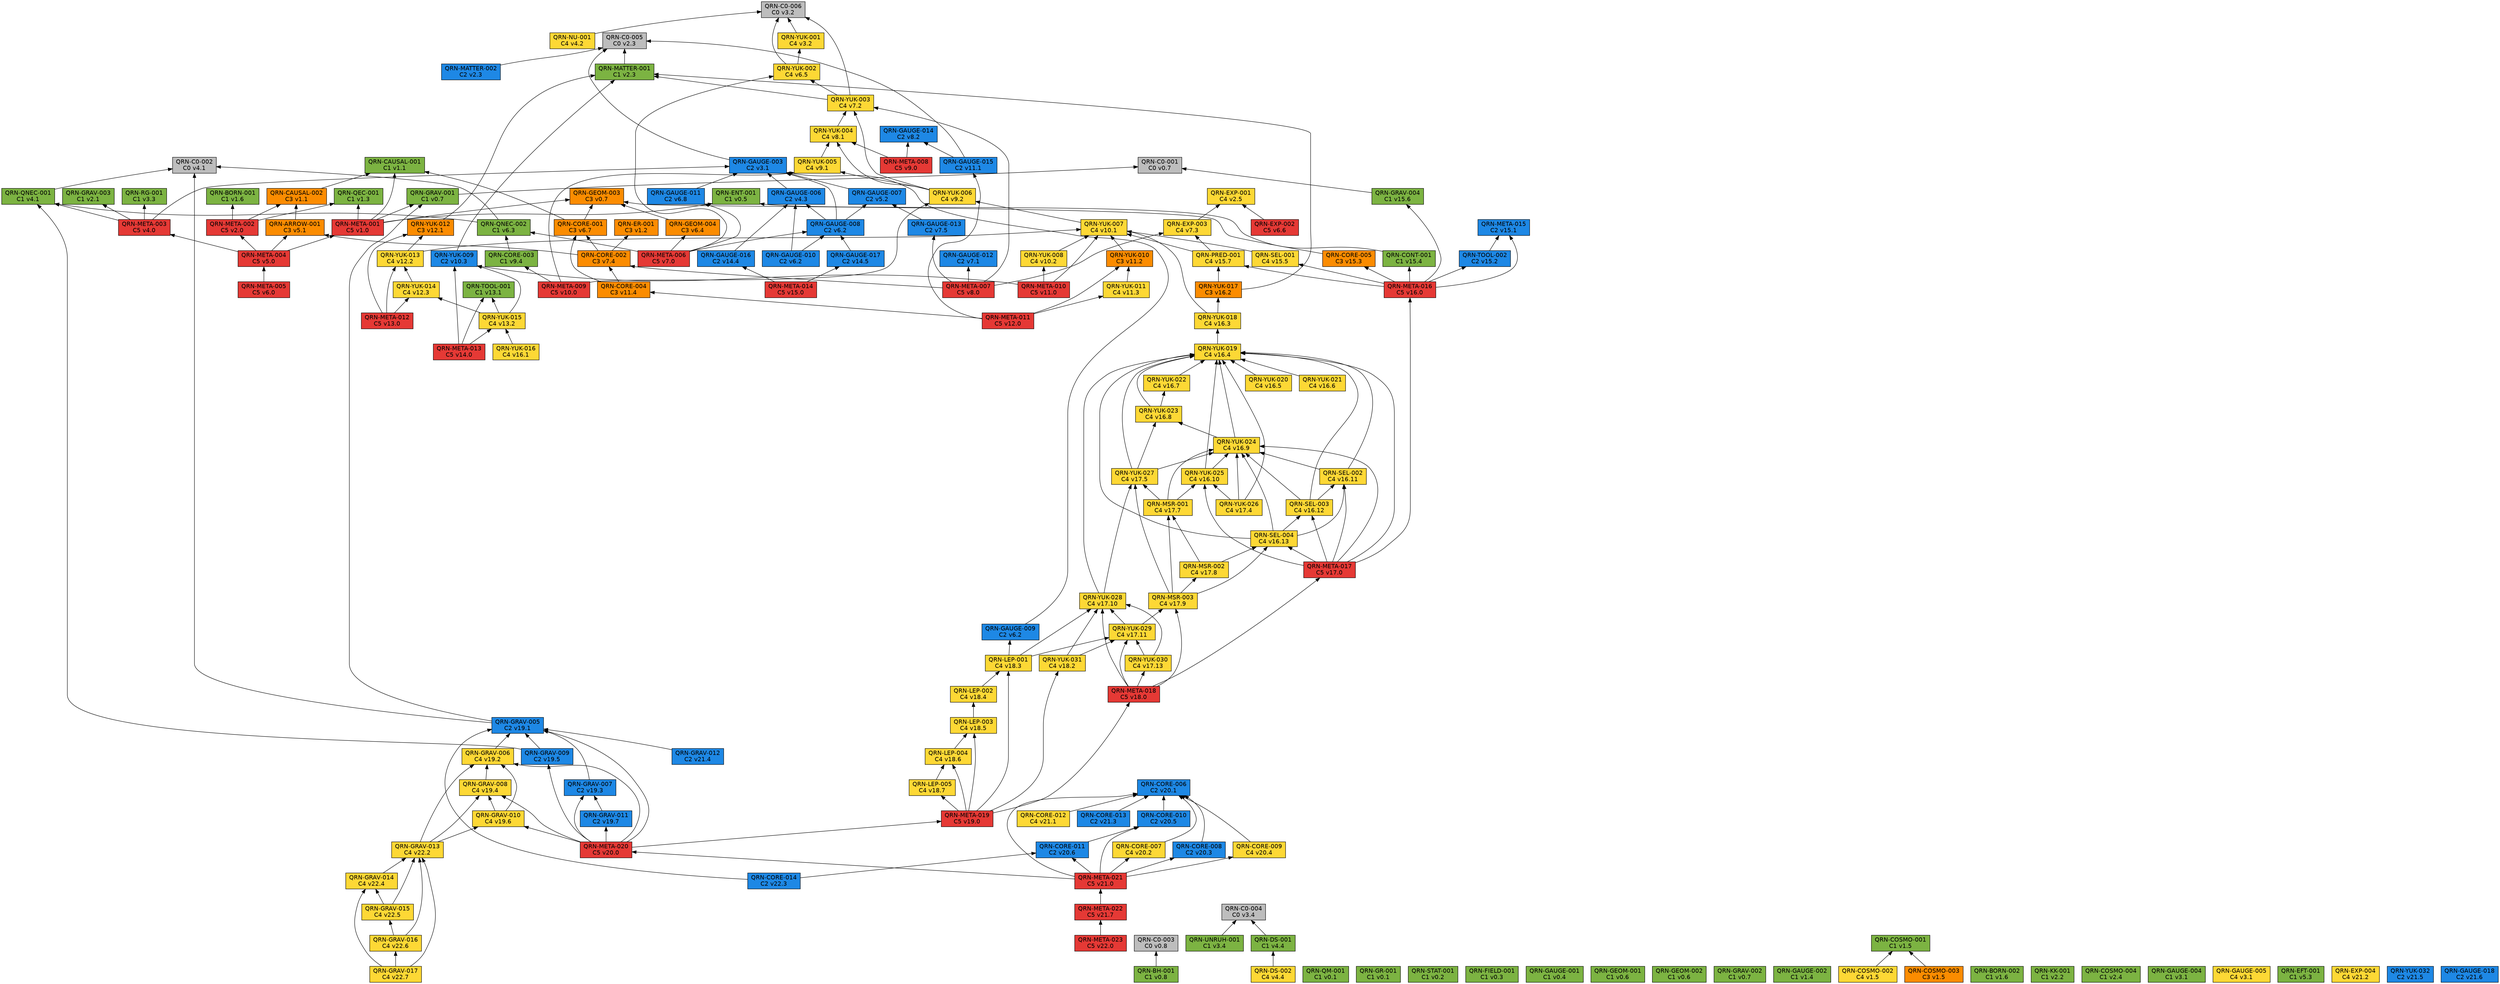
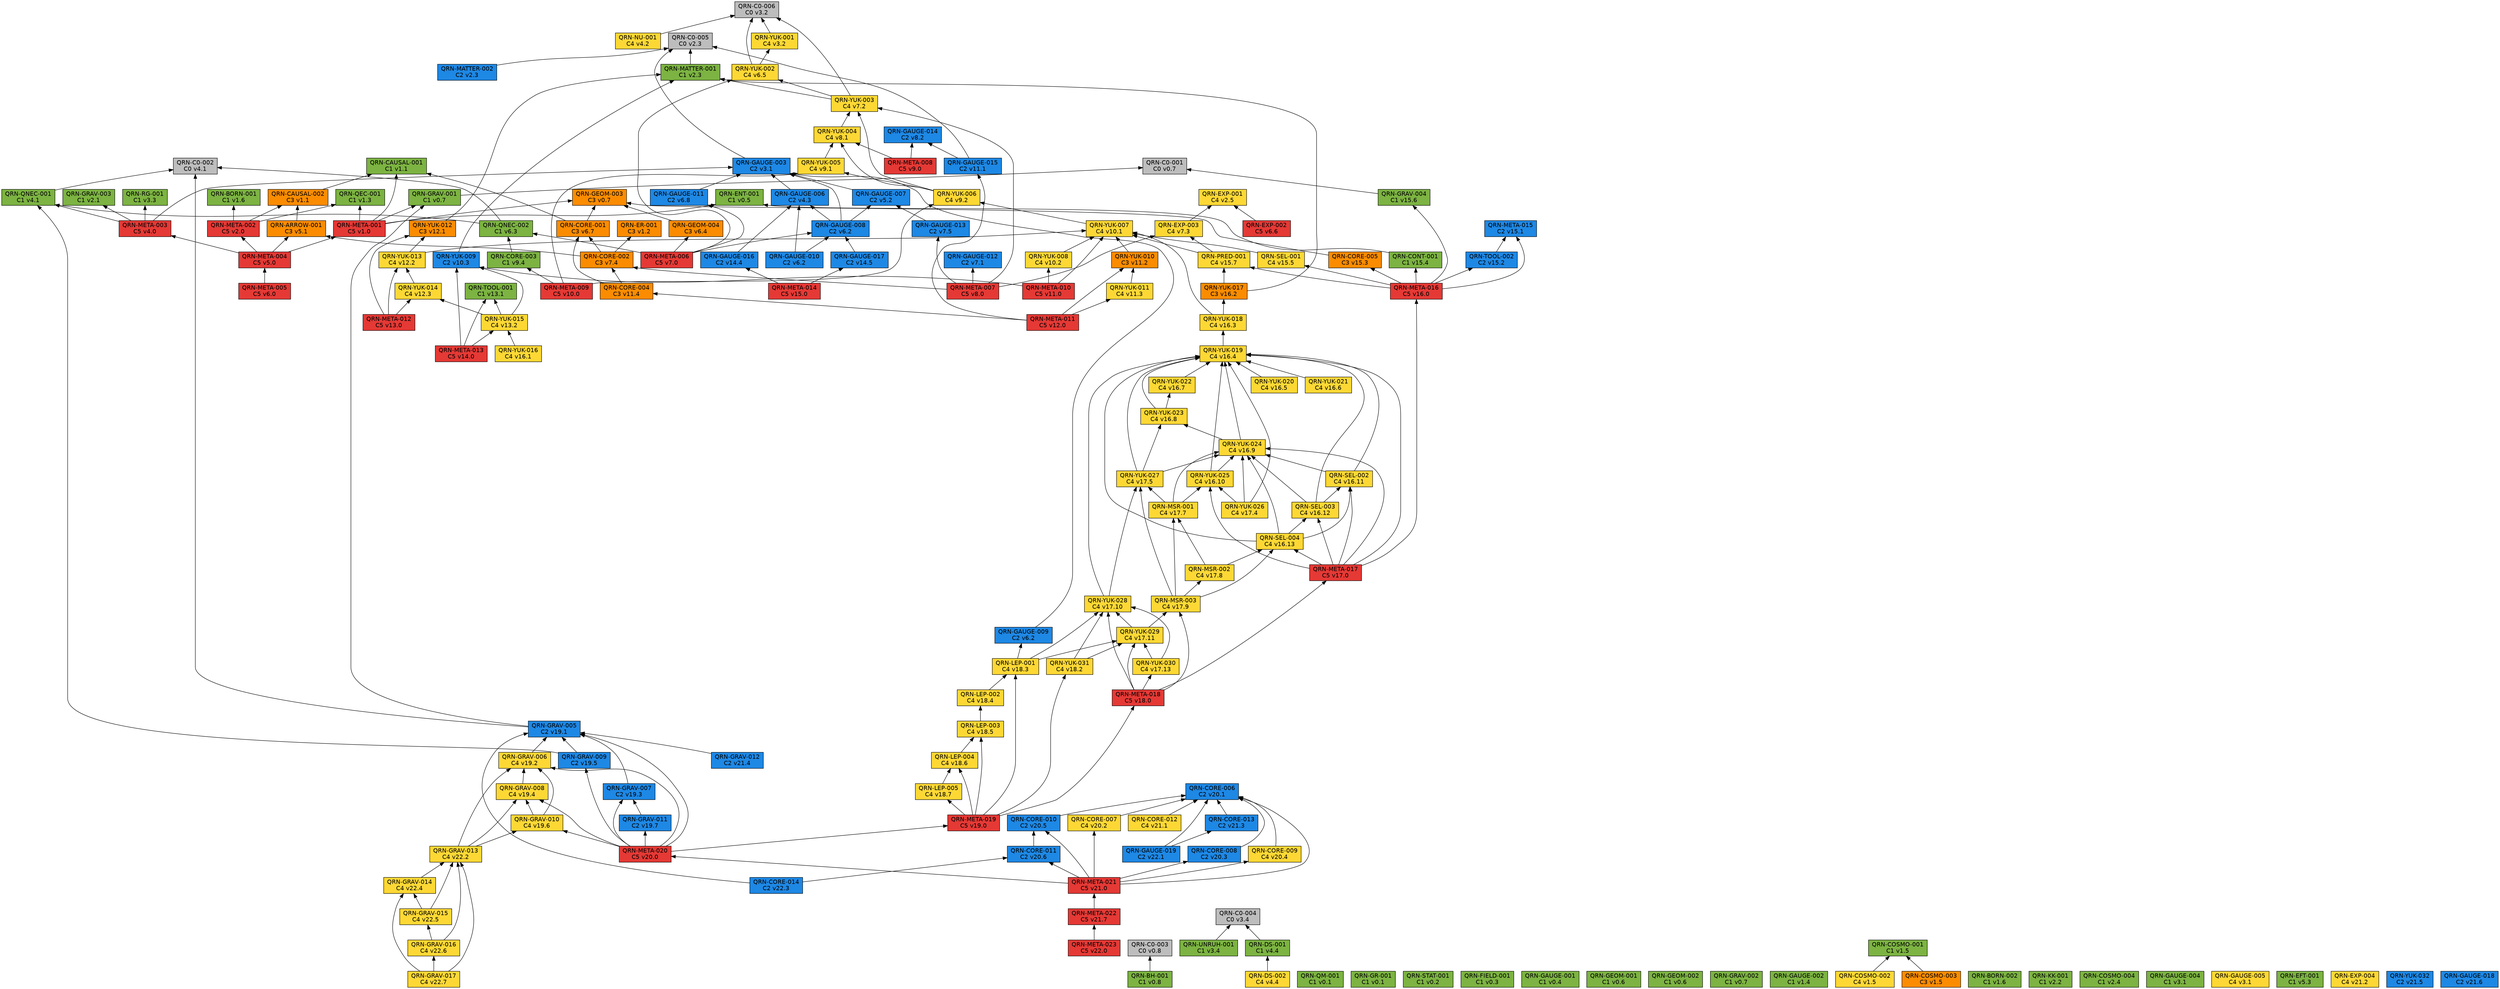
// 自動生成 (dag/report.pl) — QRN 主張依存グラフ
digraph qrn {
  rankdir=BT;
  node [shape=box, style=filled, fontname="Helvetica"];
  "QRN-C0-001" [fillcolor="#bdbdbd", label="QRN-C0-001\nC0 v0.7"];
  "QRN-C0-002" [fillcolor="#bdbdbd", label="QRN-C0-002\nC0 v4.1"];
  "QRN-C0-003" [fillcolor="#bdbdbd", label="QRN-C0-003\nC0 v0.8"];
  "QRN-C0-004" [fillcolor="#bdbdbd", label="QRN-C0-004\nC0 v3.4"];
  "QRN-C0-005" [fillcolor="#bdbdbd", label="QRN-C0-005\nC0 v2.3"];
  "QRN-C0-006" [fillcolor="#bdbdbd", label="QRN-C0-006\nC0 v3.2"];
  "QRN-QM-001" [fillcolor="#7cb342", label="QRN-QM-001\nC1 v0.1"];
  "QRN-GR-001" [fillcolor="#7cb342", label="QRN-GR-001\nC1 v0.1"];
  "QRN-STAT-001" [fillcolor="#7cb342", label="QRN-STAT-001\nC1 v0.2"];
  "QRN-FIELD-001" [fillcolor="#7cb342", label="QRN-FIELD-001\nC1 v0.3"];
  "QRN-GAUGE-001" [fillcolor="#7cb342", label="QRN-GAUGE-001\nC1 v0.4"];
  "QRN-ENT-001" [fillcolor="#7cb342", label="QRN-ENT-001\nC1 v0.5"];
  "QRN-GEOM-001" [fillcolor="#7cb342", label="QRN-GEOM-001\nC1 v0.6"];
  "QRN-GEOM-002" [fillcolor="#7cb342", label="QRN-GEOM-002\nC1 v0.6"];
  "QRN-GEOM-003" [fillcolor="#fb8c00", label="QRN-GEOM-003\nC3 v0.7"];
  "QRN-GRAV-001" [fillcolor="#7cb342", label="QRN-GRAV-001\nC1 v0.7"];
  "QRN-GRAV-002" [fillcolor="#7cb342", label="QRN-GRAV-002\nC1 v0.7"];
  "QRN-BH-001" [fillcolor="#7cb342", label="QRN-BH-001\nC1 v0.8"];
  "QRN-CAUSAL-001" [fillcolor="#7cb342", label="QRN-CAUSAL-001\nC1 v1.1"];
  "QRN-CAUSAL-002" [fillcolor="#fb8c00", label="QRN-CAUSAL-002\nC3 v1.1"];
  "QRN-ER-001" [fillcolor="#fb8c00", label="QRN-ER-001\nC3 v1.2"];
  "QRN-QEC-001" [fillcolor="#7cb342", label="QRN-QEC-001\nC1 v1.3"];
  "QRN-GAUGE-002" [fillcolor="#7cb342", label="QRN-GAUGE-002\nC1 v1.4"];
  "QRN-COSMO-001" [fillcolor="#7cb342", label="QRN-COSMO-001\nC1 v1.5"];
  "QRN-COSMO-002" [fillcolor="#fdd835", label="QRN-COSMO-002\nC4 v1.5"];
  "QRN-COSMO-003" [fillcolor="#fb8c00", label="QRN-COSMO-003\nC3 v1.5"];
  "QRN-BORN-001" [fillcolor="#7cb342", label="QRN-BORN-001\nC1 v1.6"];
  "QRN-BORN-002" [fillcolor="#7cb342", label="QRN-BORN-002\nC1 v1.6"];
  "QRN-GRAV-003" [fillcolor="#7cb342", label="QRN-GRAV-003\nC1 v2.1"];
  "QRN-KK-001" [fillcolor="#7cb342", label="QRN-KK-001\nC1 v2.2"];
  "QRN-MATTER-001" [fillcolor="#7cb342", label="QRN-MATTER-001\nC1 v2.3"];
  "QRN-MATTER-002" [fillcolor="#1e88e5", label="QRN-MATTER-002\nC2 v2.3"];
  "QRN-COSMO-004" [fillcolor="#7cb342", label="QRN-COSMO-004\nC1 v2.4"];
  "QRN-EXP-001" [fillcolor="#fdd835", label="QRN-EXP-001\nC4 v2.5"];
  "QRN-GAUGE-003" [fillcolor="#1e88e5", label="QRN-GAUGE-003\nC2 v3.1"];
  "QRN-GAUGE-004" [fillcolor="#7cb342", label="QRN-GAUGE-004\nC1 v3.1"];
  "QRN-GAUGE-005" [fillcolor="#fdd835", label="QRN-GAUGE-005\nC4 v3.1"];
  "QRN-YUK-001" [fillcolor="#fdd835", label="QRN-YUK-001\nC4 v3.2"];
  "QRN-RG-001" [fillcolor="#7cb342", label="QRN-RG-001\nC1 v3.3"];
  "QRN-UNRUH-001" [fillcolor="#7cb342", label="QRN-UNRUH-001\nC1 v3.4"];
  "QRN-QNEC-001" [fillcolor="#7cb342", label="QRN-QNEC-001\nC1 v4.1"];
  "QRN-NU-001" [fillcolor="#fdd835", label="QRN-NU-001\nC4 v4.2"];
  "QRN-GAUGE-006" [fillcolor="#1e88e5", label="QRN-GAUGE-006\nC2 v4.3"];
  "QRN-DS-001" [fillcolor="#7cb342", label="QRN-DS-001\nC1 v4.4"];
  "QRN-DS-002" [fillcolor="#fdd835", label="QRN-DS-002\nC4 v4.4"];
  "QRN-ARROW-001" [fillcolor="#fb8c00", label="QRN-ARROW-001\nC3 v5.1"];
  "QRN-GAUGE-007" [fillcolor="#1e88e5", label="QRN-GAUGE-007\nC2 v5.2"];
  "QRN-EFT-001" [fillcolor="#7cb342", label="QRN-EFT-001\nC1 v5.3"];
  "QRN-GAUGE-008" [fillcolor="#1e88e5", label="QRN-GAUGE-008\nC2 v6.2"];
  "QRN-GAUGE-009" [fillcolor="#1e88e5", label="QRN-GAUGE-009\nC2 v6.2"];
  "QRN-GAUGE-010" [fillcolor="#1e88e5", label="QRN-GAUGE-010\nC2 v6.2"];
  "QRN-QNEC-002" [fillcolor="#7cb342", label="QRN-QNEC-002\nC1 v6.3"];
  "QRN-GEOM-004" [fillcolor="#fb8c00", label="QRN-GEOM-004\nC3 v6.4"];
  "QRN-YUK-002" [fillcolor="#fdd835", label="QRN-YUK-002\nC4 v6.5"];
  "QRN-EXP-002" [fillcolor="#e53935", label="QRN-EXP-002\nC5 v6.6"];
  "QRN-CORE-001" [fillcolor="#fb8c00", label="QRN-CORE-001\nC3 v6.7"];
  "QRN-GAUGE-011" [fillcolor="#1e88e5", label="QRN-GAUGE-011\nC2 v6.8"];
  "QRN-GAUGE-012" [fillcolor="#1e88e5", label="QRN-GAUGE-012\nC2 v7.1"];
  "QRN-YUK-003" [fillcolor="#fdd835", label="QRN-YUK-003\nC4 v7.2"];
  "QRN-EXP-003" [fillcolor="#fdd835", label="QRN-EXP-003\nC4 v7.3"];
  "QRN-CORE-002" [fillcolor="#fb8c00", label="QRN-CORE-002\nC3 v7.4"];
  "QRN-GAUGE-013" [fillcolor="#1e88e5", label="QRN-GAUGE-013\nC2 v7.5"];
  "QRN-YUK-004" [fillcolor="#fdd835", label="QRN-YUK-004\nC4 v8.1"];
  "QRN-GAUGE-014" [fillcolor="#1e88e5", label="QRN-GAUGE-014\nC2 v8.2"];
  "QRN-META-001" [fillcolor="#e53935", label="QRN-META-001\nC5 v1.0"];
  "QRN-META-002" [fillcolor="#e53935", label="QRN-META-002\nC5 v2.0"];
  "QRN-META-003" [fillcolor="#e53935", label="QRN-META-003\nC5 v4.0"];
  "QRN-META-004" [fillcolor="#e53935", label="QRN-META-004\nC5 v5.0"];
  "QRN-META-005" [fillcolor="#e53935", label="QRN-META-005\nC5 v6.0"];
  "QRN-META-006" [fillcolor="#e53935", label="QRN-META-006\nC5 v7.0"];
  "QRN-META-007" [fillcolor="#e53935", label="QRN-META-007\nC5 v8.0"];
  "QRN-META-008" [fillcolor="#e53935", label="QRN-META-008\nC5 v9.0"];
  "QRN-YUK-005" [fillcolor="#fdd835", label="QRN-YUK-005\nC4 v9.1"];
  "QRN-YUK-006" [fillcolor="#fdd835", label="QRN-YUK-006\nC4 v9.2"];
  "QRN-CORE-003" [fillcolor="#7cb342", label="QRN-CORE-003\nC1 v9.4"];
  "QRN-META-009" [fillcolor="#e53935", label="QRN-META-009\nC5 v10.0"];
  "QRN-YUK-007" [fillcolor="#fdd835", label="QRN-YUK-007\nC4 v10.1"];
  "QRN-YUK-008" [fillcolor="#fdd835", label="QRN-YUK-008\nC4 v10.2"];
  "QRN-YUK-009" [fillcolor="#1e88e5", label="QRN-YUK-009\nC2 v10.3"];
  "QRN-META-010" [fillcolor="#e53935", label="QRN-META-010\nC5 v11.0"];
  "QRN-GAUGE-015" [fillcolor="#1e88e5", label="QRN-GAUGE-015\nC2 v11.1"];
  "QRN-YUK-010" [fillcolor="#fb8c00", label="QRN-YUK-010\nC3 v11.2"];
  "QRN-YUK-011" [fillcolor="#fdd835", label="QRN-YUK-011\nC4 v11.3"];
  "QRN-CORE-004" [fillcolor="#fb8c00", label="QRN-CORE-004\nC3 v11.4"];
  "QRN-META-011" [fillcolor="#e53935", label="QRN-META-011\nC5 v12.0"];
  "QRN-YUK-012" [fillcolor="#fb8c00", label="QRN-YUK-012\nC3 v12.1"];
  "QRN-YUK-013" [fillcolor="#fdd835", label="QRN-YUK-013\nC4 v12.2"];
  "QRN-YUK-014" [fillcolor="#fdd835", label="QRN-YUK-014\nC4 v12.3"];
  "QRN-META-012" [fillcolor="#e53935", label="QRN-META-012\nC5 v13.0"];
  "QRN-TOOL-001" [fillcolor="#7cb342", label="QRN-TOOL-001\nC1 v13.1"];
  "QRN-YUK-015" [fillcolor="#fdd835", label="QRN-YUK-015\nC4 v13.2"];
  "QRN-META-013" [fillcolor="#e53935", label="QRN-META-013\nC5 v14.0"];
  "QRN-GAUGE-016" [fillcolor="#1e88e5", label="QRN-GAUGE-016\nC2 v14.4"];
  "QRN-GAUGE-017" [fillcolor="#1e88e5", label="QRN-GAUGE-017\nC2 v14.5"];
  "QRN-META-014" [fillcolor="#e53935", label="QRN-META-014\nC5 v15.0"];
  "QRN-META-015" [fillcolor="#1e88e5", label="QRN-META-015\nC2 v15.1"];
  "QRN-TOOL-002" [fillcolor="#1e88e5", label="QRN-TOOL-002\nC2 v15.2"];
  "QRN-CORE-005" [fillcolor="#fb8c00", label="QRN-CORE-005\nC3 v15.3"];
  "QRN-CONT-001" [fillcolor="#7cb342", label="QRN-CONT-001\nC1 v15.4"];
  "QRN-SEL-001" [fillcolor="#fdd835", label="QRN-SEL-001\nC4 v15.5"];
  "QRN-GRAV-004" [fillcolor="#7cb342", label="QRN-GRAV-004\nC1 v15.6"];
  "QRN-PRED-001" [fillcolor="#fdd835", label="QRN-PRED-001\nC4 v15.7"];
  "QRN-META-016" [fillcolor="#e53935", label="QRN-META-016\nC5 v16.0"];
  "QRN-YUK-016" [fillcolor="#fdd835", label="QRN-YUK-016\nC4 v16.1"];
  "QRN-YUK-017" [fillcolor="#fb8c00", label="QRN-YUK-017\nC3 v16.2"];
  "QRN-YUK-018" [fillcolor="#fdd835", label="QRN-YUK-018\nC4 v16.3"];
  "QRN-YUK-019" [fillcolor="#fdd835", label="QRN-YUK-019\nC4 v16.4"];
  "QRN-YUK-020" [fillcolor="#fdd835", label="QRN-YUK-020\nC4 v16.5"];
  "QRN-YUK-021" [fillcolor="#fdd835", label="QRN-YUK-021\nC4 v16.6"];
  "QRN-YUK-022" [fillcolor="#fdd835", label="QRN-YUK-022\nC4 v16.7"];
  "QRN-YUK-023" [fillcolor="#fdd835", label="QRN-YUK-023\nC4 v16.8"];
  "QRN-YUK-024" [fillcolor="#fdd835", label="QRN-YUK-024\nC4 v16.9"];
  "QRN-YUK-025" [fillcolor="#fdd835", label="QRN-YUK-025\nC4 v16.10"];
  "QRN-SEL-002" [fillcolor="#fdd835", label="QRN-SEL-002\nC4 v16.11"];
  "QRN-SEL-003" [fillcolor="#fdd835", label="QRN-SEL-003\nC4 v16.12"];
  "QRN-SEL-004" [fillcolor="#fdd835", label="QRN-SEL-004\nC4 v16.13"];
  "QRN-META-017" [fillcolor="#e53935", label="QRN-META-017\nC5 v17.0"];
  "QRN-YUK-026" [fillcolor="#fdd835", label="QRN-YUK-026\nC4 v17.4"];
  "QRN-YUK-027" [fillcolor="#fdd835", label="QRN-YUK-027\nC4 v17.5"];
  "QRN-MSR-001" [fillcolor="#fdd835", label="QRN-MSR-001\nC4 v17.7"];
  "QRN-MSR-002" [fillcolor="#fdd835", label="QRN-MSR-002\nC4 v17.8"];
  "QRN-MSR-003" [fillcolor="#fdd835", label="QRN-MSR-003\nC4 v17.9"];
  "QRN-YUK-028" [fillcolor="#fdd835", label="QRN-YUK-028\nC4 v17.10"];
  "QRN-YUK-029" [fillcolor="#fdd835", label="QRN-YUK-029\nC4 v17.11"];
  "QRN-YUK-030" [fillcolor="#fdd835", label="QRN-YUK-030\nC4 v17.13"];
  "QRN-META-018" [fillcolor="#e53935", label="QRN-META-018\nC5 v18.0"];
  "QRN-YUK-031" [fillcolor="#fdd835", label="QRN-YUK-031\nC4 v18.2"];
  "QRN-LEP-001" [fillcolor="#fdd835", label="QRN-LEP-001\nC4 v18.3"];
  "QRN-LEP-002" [fillcolor="#fdd835", label="QRN-LEP-002\nC4 v18.4"];
  "QRN-LEP-003" [fillcolor="#fdd835", label="QRN-LEP-003\nC4 v18.5"];
  "QRN-LEP-004" [fillcolor="#fdd835", label="QRN-LEP-004\nC4 v18.6"];
  "QRN-LEP-005" [fillcolor="#fdd835", label="QRN-LEP-005\nC4 v18.7"];
  "QRN-META-019" [fillcolor="#e53935", label="QRN-META-019\nC5 v19.0"];
  "QRN-GRAV-005" [fillcolor="#1e88e5", label="QRN-GRAV-005\nC2 v19.1"];
  "QRN-GRAV-006" [fillcolor="#fdd835", label="QRN-GRAV-006\nC4 v19.2"];
  "QRN-GRAV-007" [fillcolor="#1e88e5", label="QRN-GRAV-007\nC2 v19.3"];
  "QRN-GRAV-008" [fillcolor="#fdd835", label="QRN-GRAV-008\nC4 v19.4"];
  "QRN-GRAV-009" [fillcolor="#1e88e5", label="QRN-GRAV-009\nC2 v19.5"];
  "QRN-GRAV-010" [fillcolor="#fdd835", label="QRN-GRAV-010\nC4 v19.6"];
  "QRN-GRAV-011" [fillcolor="#1e88e5", label="QRN-GRAV-011\nC2 v19.7"];
  "QRN-META-020" [fillcolor="#e53935", label="QRN-META-020\nC5 v20.0"];
  "QRN-CORE-006" [fillcolor="#1e88e5", label="QRN-CORE-006\nC2 v20.1"];
  "QRN-CORE-007" [fillcolor="#fdd835", label="QRN-CORE-007\nC4 v20.2"];
  "QRN-CORE-008" [fillcolor="#1e88e5", label="QRN-CORE-008\nC2 v20.3"];
  "QRN-CORE-009" [fillcolor="#fdd835", label="QRN-CORE-009\nC4 v20.4"];
  "QRN-CORE-010" [fillcolor="#1e88e5", label="QRN-CORE-010\nC2 v20.5"];
  "QRN-CORE-011" [fillcolor="#1e88e5", label="QRN-CORE-011\nC2 v20.6"];
  "QRN-META-021" [fillcolor="#e53935", label="QRN-META-021\nC5 v21.0"];
  "QRN-CORE-012" [fillcolor="#fdd835", label="QRN-CORE-012\nC4 v21.1"];
  "QRN-EXP-004" [fillcolor="#fdd835", label="QRN-EXP-004\nC4 v21.2"];
  "QRN-CORE-013" [fillcolor="#1e88e5", label="QRN-CORE-013\nC2 v21.3"];
  "QRN-GRAV-012" [fillcolor="#1e88e5", label="QRN-GRAV-012\nC2 v21.4"];
  "QRN-YUK-032" [fillcolor="#1e88e5", label="QRN-YUK-032\nC2 v21.5"];
  "QRN-GAUGE-018" [fillcolor="#1e88e5", label="QRN-GAUGE-018\nC2 v21.6"];
  "QRN-META-022" [fillcolor="#e53935", label="QRN-META-022\nC5 v21.7"];
  "QRN-META-023" [fillcolor="#e53935", label="QRN-META-023\nC5 v22.0"];
  "QRN-CORE-014" [fillcolor="#1e88e5", label="QRN-CORE-014\nC2 v22.3"];
  "QRN-GRAV-013" [fillcolor="#fdd835", label="QRN-GRAV-013\nC4 v22.2"];
  "QRN-GRAV-014" [fillcolor="#fdd835", label="QRN-GRAV-014\nC4 v22.4"];
  "QRN-GRAV-015" [fillcolor="#fdd835", label="QRN-GRAV-015\nC4 v22.5"];
  "QRN-GRAV-016" [fillcolor="#fdd835", label="QRN-GRAV-016\nC4 v22.6"];
  "QRN-GRAV-017" [fillcolor="#fdd835", label="QRN-GRAV-017\nC4 v22.7"];
+   "QRN-GAUGE-019" [fillcolor="#1e88e5", label="QRN-GAUGE-019\nC2 v22.1"];
  "QRN-GRAV-001" -> "QRN-C0-001";
  "QRN-BH-001" -> "QRN-C0-003";
  "QRN-CAUSAL-002" -> "QRN-CAUSAL-001";
  "QRN-COSMO-002" -> "QRN-COSMO-001";
  "QRN-COSMO-003" -> "QRN-COSMO-001";
  "QRN-MATTER-001" -> "QRN-C0-005";
  "QRN-MATTER-002" -> "QRN-C0-005";
  "QRN-GAUGE-003" -> "QRN-C0-005";
  "QRN-YUK-001" -> "QRN-C0-006";
  "QRN-UNRUH-001" -> "QRN-C0-004";
  "QRN-QNEC-001" -> "QRN-C0-002";
  "QRN-NU-001" -> "QRN-C0-006";
  "QRN-GAUGE-006" -> "QRN-GAUGE-003";
  "QRN-DS-001" -> "QRN-C0-004";
  "QRN-DS-002" -> "QRN-DS-001";
  "QRN-ARROW-001" -> "QRN-CAUSAL-002";
  "QRN-GAUGE-007" -> "QRN-GAUGE-003";
  "QRN-GAUGE-008" -> "QRN-GAUGE-003";
  "QRN-GAUGE-008" -> "QRN-GAUGE-006";
  "QRN-GAUGE-008" -> "QRN-GAUGE-007";
  "QRN-GAUGE-009" -> "QRN-GAUGE-003";
  "QRN-GAUGE-010" -> "QRN-GAUGE-006";
  "QRN-GAUGE-010" -> "QRN-GAUGE-008";
  "QRN-QNEC-002" -> "QRN-C0-002";
  "QRN-QNEC-002" -> "QRN-QNEC-001";
  "QRN-GEOM-004" -> "QRN-GEOM-003";
  "QRN-YUK-002" -> "QRN-C0-006";
  "QRN-YUK-002" -> "QRN-YUK-001";
  "QRN-EXP-002" -> "QRN-EXP-001";
  "QRN-CORE-001" -> "QRN-GEOM-003";
  "QRN-CORE-001" -> "QRN-CAUSAL-001";
  "QRN-GAUGE-011" -> "QRN-GAUGE-003";
  "QRN-YUK-003" -> "QRN-C0-006";
  "QRN-YUK-003" -> "QRN-MATTER-001";
  "QRN-YUK-003" -> "QRN-YUK-002";
  "QRN-EXP-003" -> "QRN-EXP-001";
  "QRN-CORE-002" -> "QRN-CORE-001";
  "QRN-CORE-002" -> "QRN-ER-001";
  "QRN-CORE-002" -> "QRN-ARROW-001";
  "QRN-GAUGE-013" -> "QRN-GAUGE-007";
  "QRN-YUK-004" -> "QRN-YUK-003";
  "QRN-META-001" -> "QRN-GEOM-003";
  "QRN-META-001" -> "QRN-GRAV-001";
  "QRN-META-001" -> "QRN-CAUSAL-001";
  "QRN-META-001" -> "QRN-QEC-001";
  "QRN-META-001" -> "QRN-ENT-001";
  "QRN-META-002" -> "QRN-QEC-001";
  "QRN-META-002" -> "QRN-BORN-001";
  "QRN-META-002" -> "QRN-CAUSAL-002";
  "QRN-META-003" -> "QRN-GAUGE-003";
  "QRN-META-003" -> "QRN-RG-001";
  "QRN-META-003" -> "QRN-QNEC-001";
  "QRN-META-003" -> "QRN-GRAV-003";
  "QRN-META-004" -> "QRN-META-001";
  "QRN-META-004" -> "QRN-META-002";
  "QRN-META-004" -> "QRN-META-003";
  "QRN-META-004" -> "QRN-ARROW-001";
  "QRN-META-005" -> "QRN-META-004";
  "QRN-META-006" -> "QRN-GAUGE-008";
  "QRN-META-006" -> "QRN-QNEC-002";
  "QRN-META-006" -> "QRN-GEOM-004";
  "QRN-META-006" -> "QRN-YUK-002";
  "QRN-META-006" -> "QRN-GAUGE-011";
  "QRN-META-007" -> "QRN-GAUGE-012";
  "QRN-META-007" -> "QRN-YUK-003";
  "QRN-META-007" -> "QRN-EXP-003";
  "QRN-META-007" -> "QRN-CORE-002";
  "QRN-META-007" -> "QRN-GAUGE-013";
  "QRN-META-008" -> "QRN-YUK-004";
  "QRN-META-008" -> "QRN-GAUGE-014";
  "QRN-YUK-005" -> "QRN-YUK-004";
  "QRN-YUK-006" -> "QRN-YUK-003";
  "QRN-YUK-006" -> "QRN-YUK-004";
  "QRN-YUK-006" -> "QRN-YUK-005";
  "QRN-CORE-003" -> "QRN-QNEC-002";
  "QRN-META-009" -> "QRN-YUK-005";
  "QRN-META-009" -> "QRN-YUK-006";
  "QRN-META-009" -> "QRN-CORE-003";
  "QRN-YUK-007" -> "QRN-YUK-006";
  "QRN-YUK-008" -> "QRN-YUK-007";
  "QRN-YUK-009" -> "QRN-MATTER-001";
  "QRN-META-010" -> "QRN-YUK-007";
  "QRN-META-010" -> "QRN-YUK-008";
  "QRN-META-010" -> "QRN-YUK-009";
  "QRN-GAUGE-015" -> "QRN-C0-005";
  "QRN-GAUGE-015" -> "QRN-GAUGE-014";
  "QRN-YUK-010" -> "QRN-YUK-007";
  "QRN-YUK-011" -> "QRN-YUK-010";
  "QRN-CORE-004" -> "QRN-CORE-001";
  "QRN-CORE-004" -> "QRN-CORE-002";
  "QRN-META-011" -> "QRN-GAUGE-015";
  "QRN-META-011" -> "QRN-YUK-010";
  "QRN-META-011" -> "QRN-YUK-011";
  "QRN-META-011" -> "QRN-CORE-004";
  "QRN-YUK-012" -> "QRN-MATTER-001";
  "QRN-YUK-013" -> "QRN-YUK-012";
  "QRN-YUK-013" -> "QRN-YUK-007";
  "QRN-YUK-014" -> "QRN-YUK-013";
  "QRN-META-012" -> "QRN-YUK-012";
  "QRN-META-012" -> "QRN-YUK-013";
  "QRN-META-012" -> "QRN-YUK-014";
  "QRN-YUK-015" -> "QRN-YUK-014";
  "QRN-YUK-015" -> "QRN-TOOL-001";
  "QRN-YUK-015" -> "QRN-YUK-009";
  "QRN-META-013" -> "QRN-YUK-015";
  "QRN-META-013" -> "QRN-TOOL-001";
  "QRN-META-013" -> "QRN-YUK-009";
  "QRN-GAUGE-016" -> "QRN-GAUGE-006";
  "QRN-GAUGE-017" -> "QRN-GAUGE-008";
  "QRN-META-014" -> "QRN-GAUGE-016";
  "QRN-META-014" -> "QRN-GAUGE-017";
  "QRN-TOOL-002" -> "QRN-META-015";
  "QRN-CORE-005" -> "QRN-GEOM-003";
  "QRN-CONT-001" -> "QRN-ENT-001";
  "QRN-SEL-001" -> "QRN-YUK-007";
  "QRN-GRAV-004" -> "QRN-C0-001";
  "QRN-PRED-001" -> "QRN-YUK-007";
  "QRN-PRED-001" -> "QRN-EXP-003";
  "QRN-META-016" -> "QRN-META-015";
  "QRN-META-016" -> "QRN-TOOL-002";
  "QRN-META-016" -> "QRN-CORE-005";
  "QRN-META-016" -> "QRN-CONT-001";
  "QRN-META-016" -> "QRN-SEL-001";
  "QRN-META-016" -> "QRN-GRAV-004";
  "QRN-META-016" -> "QRN-PRED-001";
  "QRN-YUK-016" -> "QRN-YUK-015";
  "QRN-YUK-017" -> "QRN-MATTER-001";
  "QRN-YUK-017" -> "QRN-PRED-001";
  "QRN-YUK-018" -> "QRN-YUK-017";
  "QRN-YUK-018" -> "QRN-YUK-007";
  "QRN-YUK-019" -> "QRN-YUK-018";
  "QRN-YUK-020" -> "QRN-YUK-019";
  "QRN-YUK-021" -> "QRN-YUK-019";
  "QRN-YUK-022" -> "QRN-YUK-019";
  "QRN-YUK-023" -> "QRN-YUK-019";
  "QRN-YUK-023" -> "QRN-YUK-022";
  "QRN-YUK-024" -> "QRN-YUK-019";
  "QRN-YUK-024" -> "QRN-YUK-023";
  "QRN-YUK-025" -> "QRN-YUK-019";
  "QRN-YUK-025" -> "QRN-YUK-024";
  "QRN-SEL-002" -> "QRN-YUK-019";
  "QRN-SEL-002" -> "QRN-YUK-024";
  "QRN-SEL-003" -> "QRN-YUK-019";
  "QRN-SEL-003" -> "QRN-YUK-024";
  "QRN-SEL-003" -> "QRN-SEL-002";
  "QRN-SEL-004" -> "QRN-YUK-019";
  "QRN-SEL-004" -> "QRN-YUK-024";
  "QRN-SEL-004" -> "QRN-SEL-002";
  "QRN-SEL-004" -> "QRN-SEL-003";
  "QRN-META-017" -> "QRN-META-016";
  "QRN-META-017" -> "QRN-YUK-019";
  "QRN-META-017" -> "QRN-YUK-024";
  "QRN-META-017" -> "QRN-YUK-025";
  "QRN-META-017" -> "QRN-SEL-002";
  "QRN-META-017" -> "QRN-SEL-003";
  "QRN-META-017" -> "QRN-SEL-004";
  "QRN-YUK-026" -> "QRN-YUK-019";
  "QRN-YUK-026" -> "QRN-YUK-024";
  "QRN-YUK-026" -> "QRN-YUK-025";
  "QRN-YUK-027" -> "QRN-YUK-019";
  "QRN-YUK-027" -> "QRN-YUK-023";
  "QRN-YUK-027" -> "QRN-YUK-024";
  "QRN-MSR-001" -> "QRN-YUK-024";
  "QRN-MSR-001" -> "QRN-YUK-025";
  "QRN-MSR-001" -> "QRN-YUK-027";
  "QRN-MSR-002" -> "QRN-SEL-004";
  "QRN-MSR-002" -> "QRN-MSR-001";
  "QRN-MSR-003" -> "QRN-MSR-001";
  "QRN-MSR-003" -> "QRN-MSR-002";
  "QRN-MSR-003" -> "QRN-SEL-004";
  "QRN-MSR-003" -> "QRN-YUK-027";
  "QRN-YUK-028" -> "QRN-YUK-019";
  "QRN-YUK-028" -> "QRN-YUK-027";
  "QRN-YUK-029" -> "QRN-YUK-028";
  "QRN-YUK-029" -> "QRN-MSR-003";
  "QRN-YUK-030" -> "QRN-YUK-028";
  "QRN-YUK-030" -> "QRN-YUK-029";
  "QRN-META-018" -> "QRN-META-017";
  "QRN-META-018" -> "QRN-MSR-003";
  "QRN-META-018" -> "QRN-YUK-028";
  "QRN-META-018" -> "QRN-YUK-029";
  "QRN-META-018" -> "QRN-YUK-030";
  "QRN-YUK-031" -> "QRN-YUK-028";
  "QRN-YUK-031" -> "QRN-YUK-029";
  "QRN-LEP-001" -> "QRN-YUK-028";
  "QRN-LEP-001" -> "QRN-YUK-029";
  "QRN-LEP-001" -> "QRN-GAUGE-009";
  "QRN-LEP-002" -> "QRN-LEP-001";
  "QRN-LEP-003" -> "QRN-LEP-002";
  "QRN-LEP-004" -> "QRN-LEP-003";
  "QRN-LEP-005" -> "QRN-LEP-004";
  "QRN-META-019" -> "QRN-META-018";
  "QRN-META-019" -> "QRN-YUK-031";
  "QRN-META-019" -> "QRN-LEP-001";
  "QRN-META-019" -> "QRN-LEP-003";
  "QRN-META-019" -> "QRN-LEP-004";
  "QRN-META-019" -> "QRN-LEP-005";
  "QRN-GRAV-005" -> "QRN-C0-002";
  "QRN-GRAV-005" -> "QRN-GRAV-001";
  "QRN-GRAV-006" -> "QRN-GRAV-005";
  "QRN-GRAV-007" -> "QRN-GRAV-005";
  "QRN-GRAV-008" -> "QRN-GRAV-006";
  "QRN-GRAV-009" -> "QRN-GRAV-005";
  "QRN-GRAV-009" -> "QRN-QNEC-001";
  "QRN-GRAV-010" -> "QRN-GRAV-006";
  "QRN-GRAV-010" -> "QRN-GRAV-008";
  "QRN-GRAV-011" -> "QRN-GRAV-007";
  "QRN-META-020" -> "QRN-META-019";
  "QRN-META-020" -> "QRN-GRAV-005";
  "QRN-META-020" -> "QRN-GRAV-006";
  "QRN-META-020" -> "QRN-GRAV-007";
  "QRN-META-020" -> "QRN-GRAV-008";
  "QRN-META-020" -> "QRN-GRAV-009";
  "QRN-META-020" -> "QRN-GRAV-010";
  "QRN-META-020" -> "QRN-GRAV-011";
  "QRN-CORE-007" -> "QRN-CORE-006";
  "QRN-CORE-008" -> "QRN-CORE-006";
  "QRN-CORE-009" -> "QRN-CORE-006";
  "QRN-CORE-010" -> "QRN-CORE-006";
  "QRN-CORE-011" -> "QRN-CORE-010";
  "QRN-META-021" -> "QRN-META-020";
  "QRN-META-021" -> "QRN-CORE-006";
  "QRN-META-021" -> "QRN-CORE-007";
  "QRN-META-021" -> "QRN-CORE-008";
  "QRN-META-021" -> "QRN-CORE-009";
  "QRN-META-021" -> "QRN-CORE-010";
  "QRN-META-021" -> "QRN-CORE-011";
  "QRN-CORE-012" -> "QRN-CORE-006";
  "QRN-CORE-013" -> "QRN-CORE-006";
  "QRN-GRAV-012" -> "QRN-GRAV-005";
  "QRN-META-022" -> "QRN-META-021";
  "QRN-META-023" -> "QRN-META-022";
  "QRN-CORE-014" -> "QRN-CORE-011";
  "QRN-CORE-014" -> "QRN-GRAV-005";
  "QRN-GRAV-013" -> "QRN-GRAV-006";
  "QRN-GRAV-013" -> "QRN-GRAV-008";
  "QRN-GRAV-013" -> "QRN-GRAV-010";
  "QRN-GRAV-014" -> "QRN-GRAV-013";
  "QRN-GRAV-015" -> "QRN-GRAV-013";
  "QRN-GRAV-015" -> "QRN-GRAV-014";
  "QRN-GRAV-016" -> "QRN-GRAV-013";
  "QRN-GRAV-016" -> "QRN-GRAV-015";
  "QRN-GRAV-017" -> "QRN-GRAV-013";
  "QRN-GRAV-017" -> "QRN-GRAV-014";
  "QRN-GRAV-017" -> "QRN-GRAV-016";
+   "QRN-GAUGE-019" -> "QRN-CORE-006";
+   "QRN-GAUGE-019" -> "QRN-CORE-013";
}
